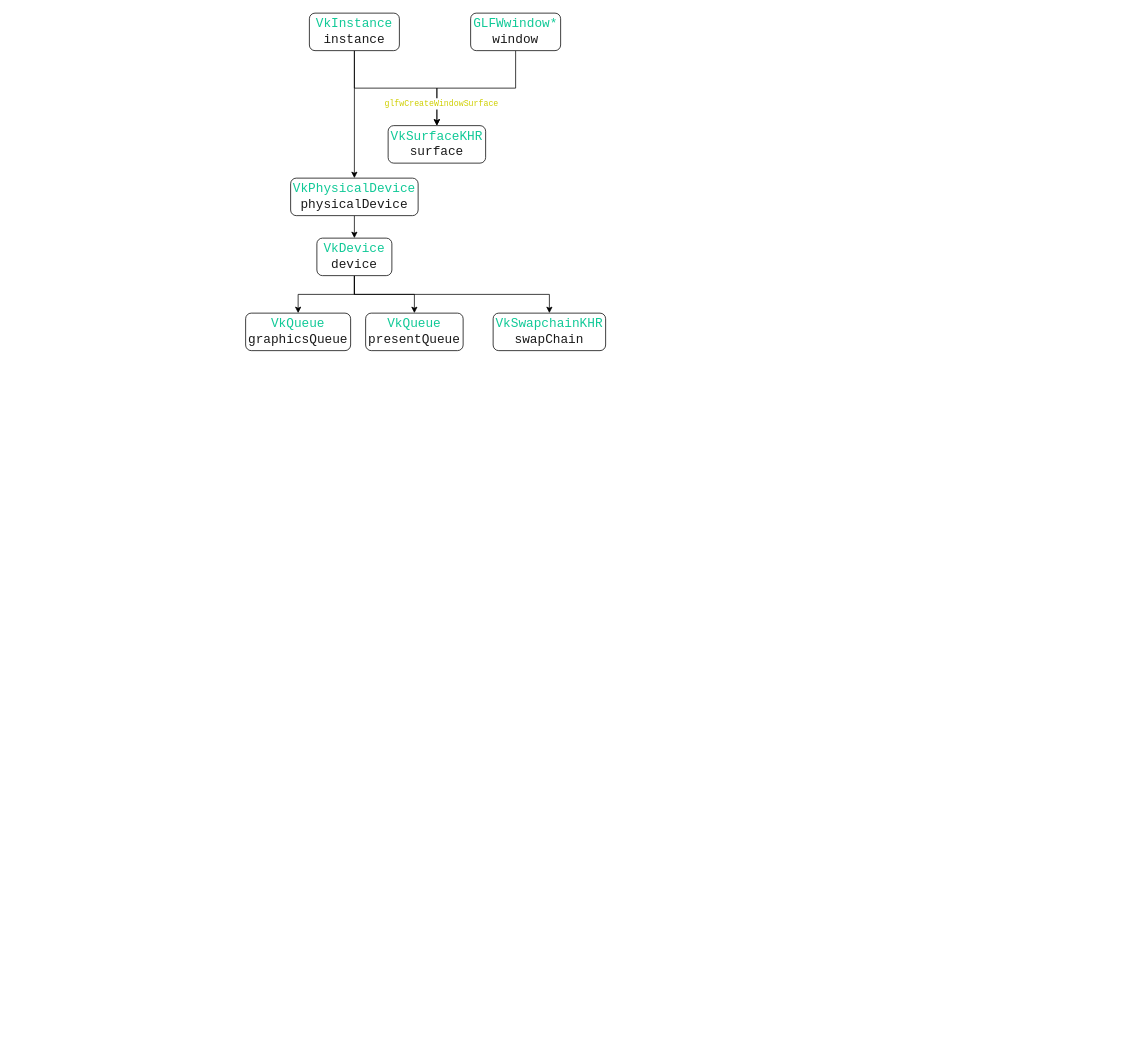
hooyuser/Vulkan_Relation_Graph keeps this draw.io diagram as Untitled Diagram.drawio. Above is the earlier version. Source tidied: cells renumbered, new cells numbered last; positions are measured from the earlier drawing's top-left corner, leaving out a move shared by most shapes. Both pictures are drawn from the tidied source at 75%, with x=0, y=0 at pixel (245, 13).
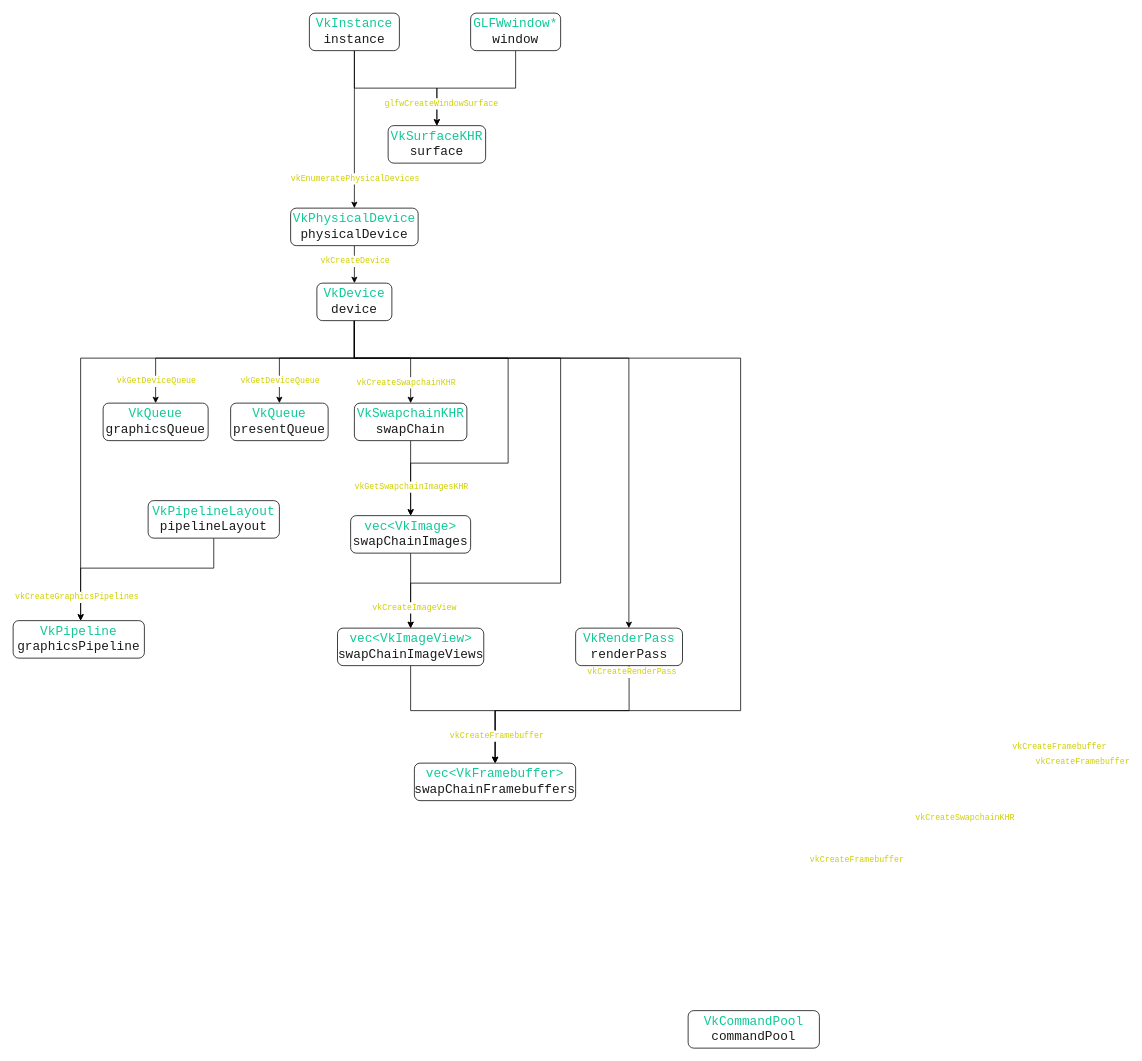
Above is the later version.

What changed in the source:
```diff
@@
     <mxCell id="10" value="&lt;font face=&quot;Consolas&quot;&gt;&lt;font color=&quot;#10c997&quot;&gt;&lt;span style=&quot;font-size: 17px&quot;&gt;VkPhysicalDevice&lt;/span&gt;&lt;/font&gt;&lt;br&gt;&lt;font color=&quot;#1a1a1a&quot;&gt;&lt;span style=&quot;font-size: 17px&quot;&gt;physicalDevice&lt;/span&gt;&lt;/font&gt;&lt;br&gt;&lt;/font&gt;" style="rounded=1;whiteSpace=wrap;html=1;" parent="1" vertex="1">
-      <mxGeometry x="60" y="220" width="170" height="50" as="geometry" />
+      <mxGeometry x="60" y="260" width="170" height="50" as="geometry" />
     </mxCell>
     <mxCell id="11" style="edgeStyle=orthogonalEdgeStyle;rounded=0;jettySize=auto;html=1;exitX=0.5;exitY=1;exitDx=0;exitDy=0;entryX=0.5;entryY=0;entryDx=0;entryDy=0;" parent="1" edge="1" source="14" target="15">
-      <mxGeometry relative="1" as="geometry" />
+      <mxGeometry relative="1" as="geometry">
+        <Array as="points">
+          <mxPoint x="145" y="460" />
+          <mxPoint x="-120" y="460" />
+        </Array>
+      </mxGeometry>
     </mxCell>
     <mxCell id="12" style="edgeStyle=orthogonalEdgeStyle;rounded=0;jettySize=auto;html=1;exitX=0.5;exitY=1;exitDx=0;exitDy=0;entryX=0.5;entryY=0;entryDx=0;entryDy=0;" parent="1" edge="1" source="14" target="17">
-      <mxGeometry relative="1" as="geometry" />
+      <mxGeometry relative="1" as="geometry">
+        <Array as="points">
+          <mxPoint x="145" y="460" />
+          <mxPoint x="45" y="460" />
+        </Array>
+      </mxGeometry>
     </mxCell>
+    <mxCell id="18" style="edgeStyle=orthogonalEdgeStyle;rounded=0;jettySize=auto;html=1;exitX=0.5;exitY=1;exitDx=0;exitDy=0;" parent="1" edge="1" source="14" target="39">
+      <mxGeometry relative="1" as="geometry">
+        <Array as="points">
+          <mxPoint x="145" y="460" />
+          <mxPoint x="660" y="460" />
+          <mxPoint x="660" y="930" />
+          <mxPoint x="333" y="930" />
+        </Array>
+      </mxGeometry>
+    </mxCell>
     <mxCell id="13" style="edgeStyle=orthogonalEdgeStyle;rounded=0;jettySize=auto;html=1;exitX=0.5;exitY=1;exitDx=0;exitDy=0;entryX=0.5;entryY=0;entryDx=0;entryDy=0;" parent="1" edge="1" source="14" target="16">
-      <mxGeometry relative="1" as="geometry" />
+      <mxGeometry relative="1" as="geometry">
+        <Array as="points">
+          <mxPoint x="145" y="460" />
+          <mxPoint x="220" y="460" />
+        </Array>
+      </mxGeometry>
     </mxCell>
+    <mxCell id="19" style="edgeStyle=orthogonalEdgeStyle;rounded=0;jettySize=auto;html=1;exitX=0.5;exitY=1;exitDx=0;exitDy=0;entryX=0.5;entryY=0;entryDx=0;entryDy=0;" parent="1" edge="1" source="14" target="32">
+      <mxGeometry relative="1" as="geometry">
+        <Array as="points">
+          <mxPoint x="145" y="460" />
+          <mxPoint x="350" y="460" />
+          <mxPoint x="350" y="600" />
+          <mxPoint x="220" y="600" />
+        </Array>
+      </mxGeometry>
+    </mxCell>
+    <mxCell id="20" style="edgeStyle=orthogonalEdgeStyle;rounded=0;jettySize=auto;html=1;exitX=0.5;exitY=1;exitDx=0;exitDy=0;entryX=0.5;entryY=0;entryDx=0;entryDy=0;" parent="1" edge="1" source="14" target="34">
+      <mxGeometry relative="1" as="geometry">
+        <Array as="points">
+          <mxPoint x="145" y="460" />
+          <mxPoint x="420" y="460" />
+          <mxPoint x="420" y="760" />
+          <mxPoint x="220" y="760" />
+        </Array>
+      </mxGeometry>
+    </mxCell>
+    <mxCell id="21" style="edgeStyle=orthogonalEdgeStyle;rounded=0;jettySize=auto;html=1;exitX=0.5;exitY=1;exitDx=0;exitDy=0;" parent="1" edge="1" source="14" target="37">
+      <mxGeometry relative="1" as="geometry">
+        <Array as="points">
+          <mxPoint x="145" y="460" />
+          <mxPoint x="511" y="460" />
+        </Array>
+      </mxGeometry>
+    </mxCell>
+    <mxCell id="22" style="edgeStyle=orthogonalEdgeStyle;rounded=0;jettySize=auto;html=1;exitX=0.5;exitY=1;exitDx=0;exitDy=0;" parent="1" edge="1" source="14" target="38">
+      <mxGeometry relative="1" as="geometry">
+        <Array as="points">
+          <mxPoint x="145" y="460" />
+          <mxPoint x="-220" y="460" />
+        </Array>
+      </mxGeometry>
+    </mxCell>
     <mxCell id="14" value="&lt;font face=&quot;Consolas&quot;&gt;&lt;font color=&quot;#10c997&quot;&gt;&lt;span style=&quot;font-size: 17px&quot;&gt;VkDevice&lt;/span&gt;&lt;/font&gt;&lt;br&gt;&lt;font color=&quot;#1a1a1a&quot;&gt;&lt;span style=&quot;font-size: 17px&quot;&gt;device&lt;/span&gt;&lt;/font&gt;&lt;br&gt;&lt;/font&gt;" style="rounded=1;whiteSpace=wrap;html=1;" parent="1" vertex="1">
-      <mxGeometry x="95" y="300" width="100" height="50" as="geometry" />
+      <mxGeometry x="95" y="360" width="100" height="50" as="geometry" />
     </mxCell>
     <mxCell id="15" value="&lt;font face=&quot;Consolas&quot;&gt;&lt;font color=&quot;#10c997&quot;&gt;&lt;span style=&quot;font-size: 17px&quot;&gt;VkQueue&lt;/span&gt;&lt;/font&gt;&lt;br&gt;&lt;font color=&quot;#1a1a1a&quot;&gt;&lt;span style=&quot;font-size: 17px&quot;&gt;graphicsQueue&lt;/span&gt;&lt;/font&gt;&lt;br&gt;&lt;/font&gt;" style="rounded=1;whiteSpace=wrap;html=1;" parent="1" vertex="1">
-      <mxGeometry y="400" width="140" height="50" as="geometry" />
+      <mxGeometry x="-190" y="520" width="140" height="50" as="geometry" />
     </mxCell>
+    <mxCell id="23" style="edgeStyle=orthogonalEdgeStyle;rounded=0;jettySize=auto;html=1;exitX=0.5;exitY=1;exitDx=0;exitDy=0;" parent="1" edge="1" source="16" target="32">
+      <mxGeometry relative="1" as="geometry" />
+    </mxCell>
     <mxCell id="16" value="&lt;font face=&quot;Consolas&quot;&gt;&lt;font color=&quot;#10c997&quot;&gt;&lt;span style=&quot;font-size: 17px&quot;&gt;VkSwapchainKHR&lt;/span&gt;&lt;/font&gt;&lt;br&gt;&lt;font color=&quot;#1a1a1a&quot;&gt;&lt;span style=&quot;font-size: 17px&quot;&gt;swapChain&lt;/span&gt;&lt;/font&gt;&lt;br&gt;&lt;/font&gt;" style="rounded=1;whiteSpace=wrap;html=1;" parent="1" vertex="1">
-      <mxGeometry x="330" y="400" width="150" height="50" as="geometry" />
+      <mxGeometry x="145" y="520" width="150" height="50" as="geometry" />
     </mxCell>
     <mxCell id="17" value="&lt;font face=&quot;Consolas&quot;&gt;&lt;font color=&quot;#10c997&quot;&gt;&lt;span style=&quot;font-size: 17px&quot;&gt;VkQueue&lt;/span&gt;&lt;/font&gt;&lt;br&gt;&lt;font color=&quot;#1a1a1a&quot;&gt;&lt;span style=&quot;font-size: 17px&quot;&gt;presentQueue&lt;/span&gt;&lt;/font&gt;&lt;br&gt;&lt;/font&gt;" style="rounded=1;whiteSpace=wrap;html=1;" parent="1" vertex="1">
-      <mxGeometry x="160" y="400" width="130" height="50" as="geometry" />
+      <mxGeometry x="-20" y="520" width="130" height="50" as="geometry" />
     </mxCell>
+    <mxCell id="24" value="&lt;font color=&quot;#cfcf00&quot; face=&quot;Consolas&quot;&gt;&lt;span style=&quot;font-size: 11px&quot;&gt;vkEnumeratePhysicalDevices&lt;/span&gt;&lt;/font&gt;" style="edgeLabel;html=1;align=center;verticalAlign=middle;" parent="1" vertex="1">
+      <mxGeometry x="145" y="220" as="geometry" />
+    </mxCell>
+    <mxCell id="25" value="&lt;font color=&quot;#cfcf00&quot; face=&quot;Consolas&quot;&gt;&lt;span style=&quot;font-size: 11px&quot;&gt;vkCreateDevice&lt;/span&gt;&lt;/font&gt;" style="edgeLabel;html=1;align=center;verticalAlign=middle;" parent="1" vertex="1">
+      <mxGeometry x="145" y="330" as="geometry" />
+    </mxCell>
+    <mxCell id="26" value="&lt;font color=&quot;#cfcf00&quot; face=&quot;Consolas&quot;&gt;&lt;span style=&quot;font-size: 11px&quot;&gt;vkGetDeviceQueue&lt;/span&gt;&lt;/font&gt;" style="edgeLabel;html=1;align=center;verticalAlign=middle;" parent="1" vertex="1">
+      <mxGeometry x="-120" y="490" as="geometry" />
+    </mxCell>
+    <mxCell id="27" value="&lt;font color=&quot;#cfcf00&quot; face=&quot;Consolas&quot;&gt;&lt;span style=&quot;font-size: 11px&quot;&gt;vkCreateSwapchainKHR&lt;/span&gt;&lt;/font&gt;" style="edgeLabel;html=1;align=center;verticalAlign=middle;" parent="1" vertex="1">
+      <mxGeometry x="205" y="500" as="geometry">
+        <mxPoint x="8" y="-8" as="offset" />
+      </mxGeometry>
+    </mxCell>
+    <mxCell id="28" value="&lt;font color=&quot;#cfcf00&quot; face=&quot;Consolas&quot;&gt;&lt;span style=&quot;font-size: 11px&quot;&gt;vkGetDeviceQueue&lt;/span&gt;&lt;/font&gt;" style="edgeLabel;html=1;align=center;verticalAlign=middle;" parent="1" vertex="1">
+      <mxGeometry x="45" y="490" as="geometry" />
+    </mxCell>
+    <mxCell id="29" value="&lt;font color=&quot;#cfcf00&quot; face=&quot;Consolas&quot;&gt;&lt;span style=&quot;font-size: 11px&quot;&gt;vkCreateSwapchainKHR&lt;/span&gt;&lt;/font&gt;" style="edgeLabel;html=1;align=center;verticalAlign=middle;" parent="1" vertex="1">
+      <mxGeometry x="950" y="1080" as="geometry">
+        <mxPoint x="8" y="-8" as="offset" />
+      </mxGeometry>
+    </mxCell>
+    <mxCell id="30" value="&lt;font color=&quot;#cfcf00&quot; face=&quot;Consolas&quot;&gt;&lt;span style=&quot;font-size: 11px&quot;&gt;vkGetSwapchainImagesKHR&lt;/span&gt;&lt;/font&gt;" style="edgeLabel;html=1;align=center;verticalAlign=middle;" parent="1" vertex="1">
+      <mxGeometry x="216.2" y="630" as="geometry">
+        <mxPoint x="4" y="1" as="offset" />
+      </mxGeometry>
+    </mxCell>
+    <mxCell id="31" style="edgeStyle=orthogonalEdgeStyle;rounded=0;jettySize=auto;html=1;exitX=0.5;exitY=1;exitDx=0;exitDy=0;entryX=0.5;entryY=0;entryDx=0;entryDy=0;" parent="1" edge="1" source="32" target="34">
+      <mxGeometry relative="1" as="geometry" />
+    </mxCell>
+    <mxCell id="32" value="&lt;font face=&quot;Consolas&quot;&gt;&lt;font color=&quot;#10c997&quot;&gt;&lt;span style=&quot;font-size: 17px&quot;&gt;vec&amp;lt;VkImage&amp;gt;&lt;/span&gt;&lt;/font&gt;&lt;br&gt;&lt;font color=&quot;#1a1a1a&quot;&gt;&lt;span style=&quot;font-size: 17px&quot;&gt;swapChainImages&lt;/span&gt;&lt;/font&gt;&lt;br&gt;&lt;/font&gt;" style="rounded=1;whiteSpace=wrap;html=1;" parent="1" vertex="1">
+      <mxGeometry x="140" y="670" width="160" height="50" as="geometry" />
+    </mxCell>
+    <mxCell id="33" style="edgeStyle=orthogonalEdgeStyle;rounded=0;jettySize=auto;html=1;exitX=0.5;exitY=1;exitDx=0;exitDy=0;entryX=0.5;entryY=0;entryDx=0;entryDy=0;" parent="1" edge="1" source="34" target="39">
+      <mxGeometry relative="1" as="geometry">
+        <Array as="points">
+          <mxPoint x="220" y="930" />
+          <mxPoint x="333" y="930" />
+        </Array>
+      </mxGeometry>
+    </mxCell>
+    <mxCell id="34" value="&lt;font face=&quot;Consolas&quot;&gt;&lt;font color=&quot;#10c997&quot;&gt;&lt;span style=&quot;font-size: 17px&quot;&gt;vec&amp;lt;VkImageView&amp;gt;&lt;/span&gt;&lt;/font&gt;&lt;br&gt;&lt;font color=&quot;#1a1a1a&quot;&gt;&lt;span style=&quot;font-size: 17px&quot;&gt;swapChainImageViews&lt;/span&gt;&lt;/font&gt;&lt;br&gt;&lt;/font&gt;" style="rounded=1;whiteSpace=wrap;html=1;" parent="1" vertex="1">
+      <mxGeometry x="122.5" y="820" width="195" height="50" as="geometry" />
+    </mxCell>
+    <mxCell id="35" value="&lt;font color=&quot;#cfcf00&quot; face=&quot;Consolas&quot;&gt;&lt;span style=&quot;font-size: 11px&quot;&gt;vkCreateImageView&lt;/span&gt;&lt;/font&gt;" style="edgeLabel;html=1;align=center;verticalAlign=middle;" parent="1" vertex="1">
+      <mxGeometry x="216.2" y="800" as="geometry">
+        <mxPoint x="8" y="-8" as="offset" />
+      </mxGeometry>
+    </mxCell>
+    <mxCell id="36" style="edgeStyle=orthogonalEdgeStyle;rounded=0;jettySize=auto;html=1;exitX=0.5;exitY=1;exitDx=0;exitDy=0;entryX=0.5;entryY=0;entryDx=0;entryDy=0;" parent="1" edge="1" source="37" target="39">
+      <mxGeometry relative="1" as="geometry">
+        <Array as="points">
+          <mxPoint x="511" y="930" />
+          <mxPoint x="333" y="930" />
+        </Array>
+      </mxGeometry>
+    </mxCell>
+    <mxCell id="37" value="&lt;font face=&quot;Consolas&quot;&gt;&lt;font color=&quot;#10c997&quot;&gt;&lt;span style=&quot;font-size: 17px&quot;&gt;VkRenderPass&lt;/span&gt;&lt;/font&gt;&lt;br&gt;&lt;font color=&quot;#1a1a1a&quot;&gt;&lt;span style=&quot;font-size: 17px&quot;&gt;renderPass&lt;/span&gt;&lt;/font&gt;&lt;br&gt;&lt;/font&gt;" style="rounded=1;whiteSpace=wrap;html=1;" parent="1" vertex="1">
+      <mxGeometry x="440" y="820" width="142.5" height="50" as="geometry" />
+    </mxCell>
+    <mxCell id="38" value="&lt;font face=&quot;Consolas&quot;&gt;&lt;font color=&quot;#10c997&quot;&gt;&lt;span style=&quot;font-size: 17px&quot;&gt;VkPipeline&lt;/span&gt;&lt;/font&gt;&lt;br&gt;&lt;font color=&quot;#1a1a1a&quot;&gt;&lt;span style=&quot;font-size: 17px&quot;&gt;graphicsPipeline&lt;/span&gt;&lt;/font&gt;&lt;br&gt;&lt;/font&gt;" style="rounded=1;whiteSpace=wrap;html=1;" parent="1" vertex="1">
+      <mxGeometry x="-310" y="810" width="175" height="50" as="geometry" />
+    </mxCell>
+    <mxCell id="39" value="&lt;font face=&quot;Consolas&quot;&gt;&lt;font color=&quot;#10c997&quot;&gt;&lt;span style=&quot;font-size: 17px&quot;&gt;vec&amp;lt;VkFramebuffer&amp;gt;&lt;/span&gt;&lt;/font&gt;&lt;br&gt;&lt;font color=&quot;#1a1a1a&quot;&gt;&lt;span style=&quot;font-size: 17px&quot;&gt;swapChainFramebuffers&lt;/span&gt;&lt;/font&gt;&lt;br&gt;&lt;/font&gt;" style="rounded=1;whiteSpace=wrap;html=1;" parent="1" vertex="1">
+      <mxGeometry x="225" y="1000" width="215" height="50" as="geometry" />
+    </mxCell>
+    <mxCell id="40" value="&lt;font color=&quot;#cfcf00&quot; face=&quot;Consolas&quot;&gt;&lt;span style=&quot;font-size: 11px&quot;&gt;vkCreateRenderPass&lt;/span&gt;&lt;/font&gt;" style="edgeLabel;html=1;align=center;verticalAlign=middle;" parent="1" vertex="1">
+      <mxGeometry x="540" y="820" as="geometry">
+        <mxPoint x="-26" y="58" as="offset" />
+      </mxGeometry>
+    </mxCell>
+    <mxCell id="41" value="&lt;font color=&quot;#cfcf00&quot; face=&quot;Consolas&quot;&gt;&lt;span style=&quot;font-size: 11px&quot;&gt;vkCreateFramebuffer&lt;/span&gt;&lt;/font&gt;" style="edgeLabel;html=1;align=center;verticalAlign=middle;" parent="1" vertex="1">
+      <mxGeometry x="840" y="1070" as="geometry">
+        <mxPoint x="-26" y="58" as="offset" />
+      </mxGeometry>
+    </mxCell>
+    <mxCell id="42" value="&lt;font color=&quot;#cfcf00&quot; face=&quot;Consolas&quot;&gt;&lt;span style=&quot;font-size: 11px&quot;&gt;vkCreateFramebuffer&lt;/span&gt;&lt;/font&gt;" style="edgeLabel;html=1;align=center;verticalAlign=middle;" parent="1" vertex="1">
+      <mxGeometry x="1141" y="940" as="geometry">
+        <mxPoint x="-26" y="58" as="offset" />
+      </mxGeometry>
+    </mxCell>
+    <mxCell id="43" value="&lt;font color=&quot;#cfcf00&quot; face=&quot;Consolas&quot;&gt;&lt;span style=&quot;font-size: 11px&quot;&gt;vkCreateFramebuffer&lt;/span&gt;&lt;/font&gt;" style="edgeLabel;html=1;align=center;verticalAlign=middle;" parent="1" vertex="1">
+      <mxGeometry x="1110" y="920" as="geometry">
+        <mxPoint x="-26" y="58" as="offset" />
+      </mxGeometry>
+    </mxCell>
+    <mxCell id="44" value="&lt;font color=&quot;#cfcf00&quot; face=&quot;Consolas&quot;&gt;&lt;span style=&quot;font-size: 11px&quot;&gt;vkCreateFramebuffer&lt;/span&gt;&lt;/font&gt;" style="edgeLabel;html=1;align=center;verticalAlign=middle;" parent="1" vertex="1">
+      <mxGeometry x="360" y="905" as="geometry">
+        <mxPoint x="-26" y="58" as="offset" />
+      </mxGeometry>
+    </mxCell>
+    <mxCell id="45" value="&lt;font face=&quot;Consolas&quot;&gt;&lt;font color=&quot;#10c997&quot;&gt;&lt;span style=&quot;font-size: 17px&quot;&gt;VkCommandPool&lt;/span&gt;&lt;/font&gt;&lt;br&gt;&lt;font color=&quot;#1a1a1a&quot;&gt;&lt;span style=&quot;font-size: 17px&quot;&gt;commandPool&lt;/span&gt;&lt;/font&gt;&lt;br&gt;&lt;/font&gt;" style="rounded=1;whiteSpace=wrap;html=1;" parent="1" vertex="1">
+      <mxGeometry x="590" y="1330" width="175" height="50" as="geometry" />
+    </mxCell>
+    <mxCell id="46" style="edgeStyle=orthogonalEdgeStyle;rounded=0;jettySize=auto;html=1;exitX=0.5;exitY=1;exitDx=0;exitDy=0;" parent="1" edge="1" source="47">
+      <mxGeometry relative="1" as="geometry">
+        <mxPoint x="-220" y="810" as="targetPoint" />
+        <Array as="points">
+          <mxPoint x="-42" y="740" />
+          <mxPoint x="-220" y="740" />
+        </Array>
+      </mxGeometry>
+    </mxCell>
+    <mxCell id="47" value="&lt;font face=&quot;Consolas&quot;&gt;&lt;font color=&quot;#10c997&quot;&gt;&lt;span style=&quot;font-size: 17px&quot;&gt;VkPipelineLayout&lt;/span&gt;&lt;/font&gt;&lt;br&gt;&lt;font color=&quot;#1a1a1a&quot;&gt;&lt;span style=&quot;font-size: 17px&quot;&gt;pipelineLayout&lt;/span&gt;&lt;/font&gt;&lt;br&gt;&lt;/font&gt;" style="rounded=1;whiteSpace=wrap;html=1;" parent="1" vertex="1">
+      <mxGeometry x="-130" y="650" width="175" height="50" as="geometry" />
+    </mxCell>
+    <mxCell id="48" value="&lt;font color=&quot;#cfcf00&quot; face=&quot;Consolas&quot;&gt;&lt;span style=&quot;font-size: 11px&quot;&gt;vkCreateGraphicsPipelines&lt;/span&gt;&lt;/font&gt;" style="edgeLabel;html=1;align=center;verticalAlign=middle;" parent="1" vertex="1">
+      <mxGeometry x="-200" y="720" as="geometry">
+        <mxPoint x="-26" y="58" as="offset" />
+      </mxGeometry>
+    </mxCell>
```
